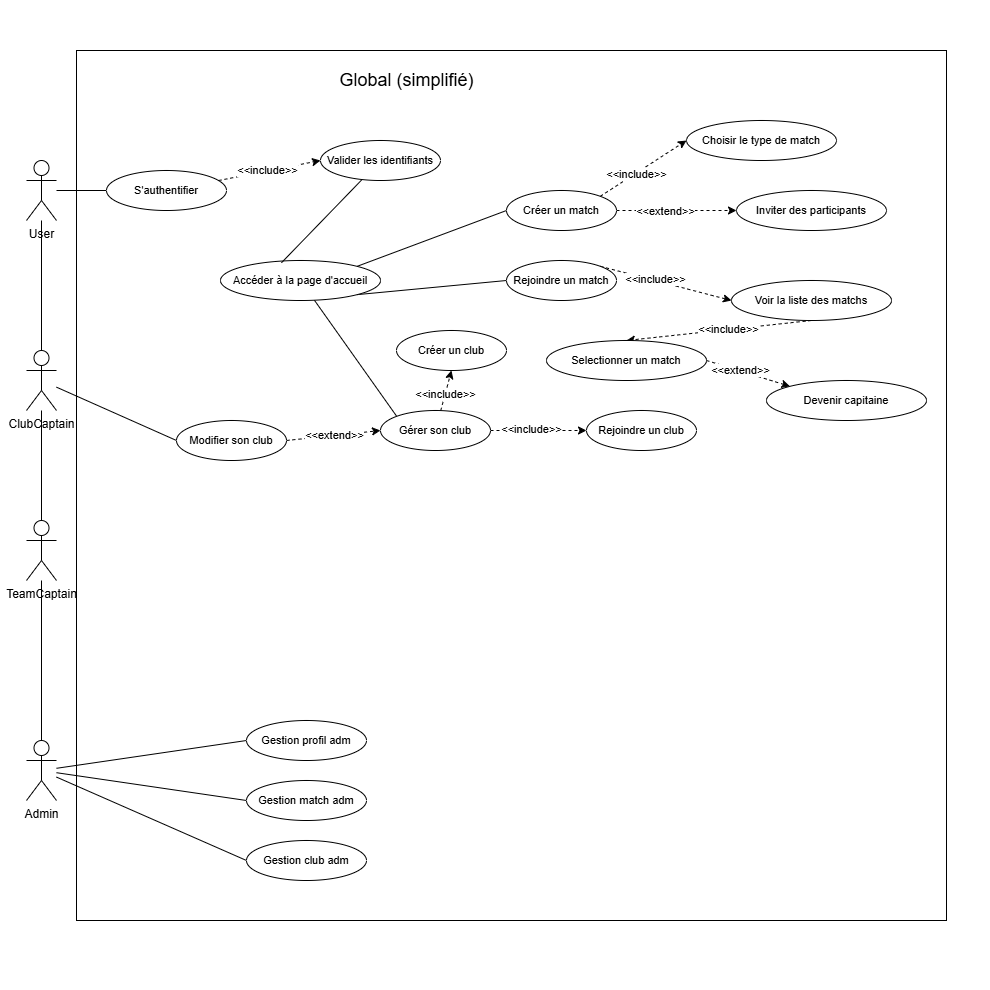
This is Diagram use case Global simplifié.drawio.png from Mathistrg/Styx, a draw.io export, as it was before one commit. Source tidied: cells renumbered, new cells last; positions are measured from the earlier drawing's top-left corner, leaving out a move shared by most shapes.
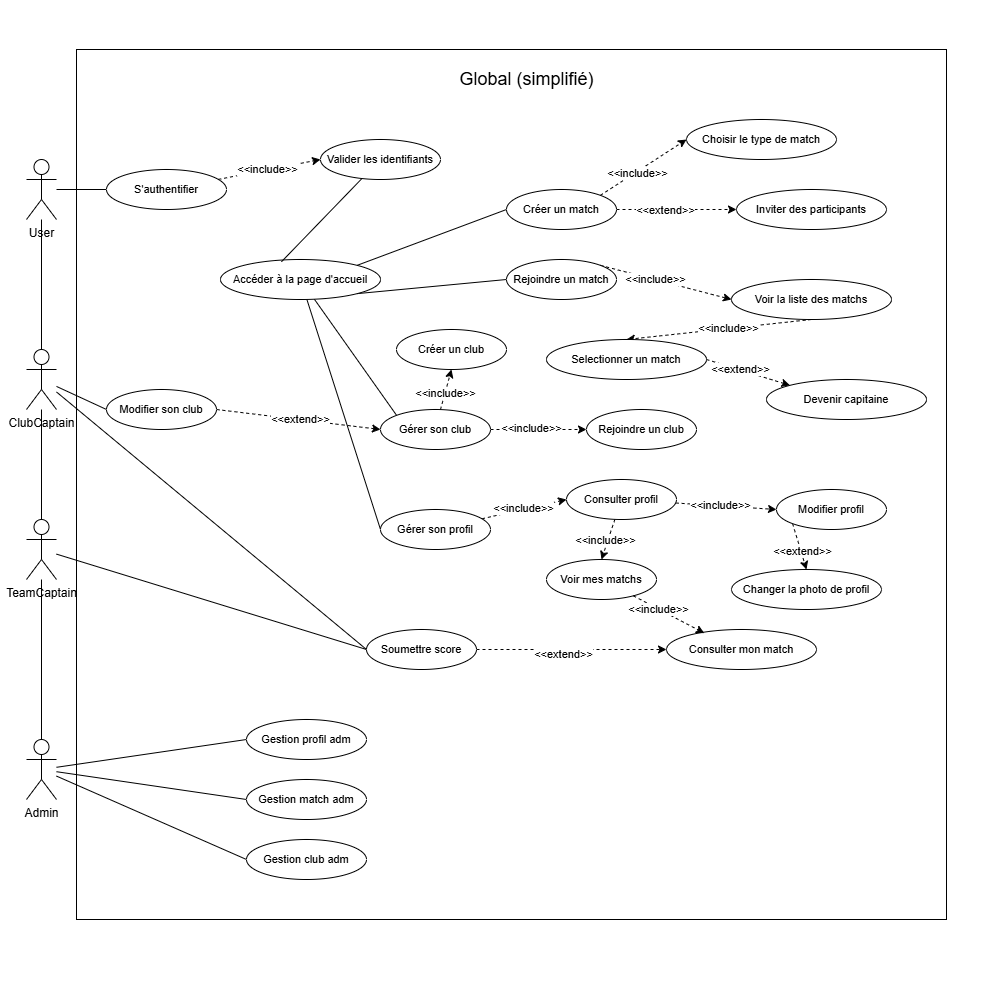
Above is the later version.

Commit message:
Mettre à jour Diagram use case Global simplifié.drawio.png

What changed in the source:
```diff
@@ -9,7 +9,7 @@
       <mxGeometry x="76" y="50" width="870" height="870" as="geometry" />
     </mxCell>
     <mxCell id="4" value="&lt;span style=&quot;font-size: 18px;&quot;&gt;Global (simplifié)&lt;/span&gt;" style="text;html=1;align=center;verticalAlign=middle;strokeColor=none;fillColor=none;" parent="1" vertex="1">
-      <mxGeometry x="326" y="60" width="160" height="40" as="geometry" />
+      <mxGeometry x="446" y="60" width="160" height="40" as="geometry" />
     </mxCell>
     <mxCell id="5" style="rounded=0;jettySize=auto;html=1;endArrow=none;endFill=0;entryX=0.5;entryY=0;entryDx=0;entryDy=0;entryPerimeter=0;" parent="1" edge="1" source="7" target="9">
       <mxGeometry relative="1" as="geometry" />
@@ -23,6 +23,9 @@
     <mxCell id="8" style="edgeStyle=none;shape=connector;rounded=0;jettySize=auto;html=1;entryX=0;entryY=0.5;entryDx=0;entryDy=0;strokeColor=default;align=center;verticalAlign=middle;fontFamily=Helvetica;fontSize=11;fontColor=default;labelBackgroundColor=default;endArrow=none;endFill=0;" parent="1" edge="1" source="9" target="55">
       <mxGeometry relative="1" as="geometry" />
     </mxCell>
+    <mxCell id="56" style="edgeStyle=none;shape=connector;rounded=0;jettySize=auto;html=1;entryX=0;entryY=0.5;entryDx=0;entryDy=0;strokeColor=default;align=center;verticalAlign=middle;fontFamily=Helvetica;fontSize=11;fontColor=default;labelBackgroundColor=default;endArrow=none;endFill=0;" parent="1" edge="1" source="9" target="77">
+      <mxGeometry relative="1" as="geometry" />
+    </mxCell>
     <mxCell id="9" value="ClubCaptain" style="shape=umlActor;verticalLabelPosition=bottom;verticalAlign=top;html=1;outlineConnect=0;" parent="1" vertex="1">
       <mxGeometry x="26" y="350" width="30" height="60" as="geometry" />
     </mxCell>
@@ -53,6 +56,9 @@
     <mxCell id="18" style="edgeStyle=none;shape=connector;rounded=0;jettySize=auto;html=1;strokeColor=default;align=center;verticalAlign=middle;fontFamily=Helvetica;fontSize=11;fontColor=default;labelBackgroundColor=default;endArrow=none;endFill=0;" parent="1" edge="1" source="19" target="9">
       <mxGeometry relative="1" as="geometry" />
     </mxCell>
+    <mxCell id="57" style="edgeStyle=none;shape=connector;rounded=0;jettySize=auto;html=1;entryX=0;entryY=0.5;entryDx=0;entryDy=0;strokeColor=default;align=center;verticalAlign=middle;fontFamily=Helvetica;fontSize=11;fontColor=default;labelBackgroundColor=default;endArrow=none;endFill=0;" parent="1" edge="1" source="19" target="77">
+      <mxGeometry relative="1" as="geometry" />
+    </mxCell>
     <mxCell id="19" value="TeamCaptain" style="shape=umlActor;verticalLabelPosition=bottom;verticalAlign=top;html=1;outlineConnect=0;" parent="1" vertex="1">
       <mxGeometry x="26" y="520" width="30" height="60" as="geometry" />
     </mxCell>
@@ -77,6 +83,9 @@
     <mxCell id="26" style="edgeStyle=none;shape=connector;rounded=0;jettySize=auto;html=1;entryX=0;entryY=0;entryDx=0;entryDy=0;strokeColor=default;align=center;verticalAlign=middle;fontFamily=Helvetica;fontSize=11;fontColor=default;labelBackgroundColor=default;endArrow=none;endFill=0;" parent="1" edge="1" source="27" target="52">
       <mxGeometry relative="1" as="geometry" />
     </mxCell>
+    <mxCell id="58" style="edgeStyle=none;shape=connector;rounded=0;jettySize=auto;html=1;strokeColor=default;align=center;verticalAlign=middle;fontFamily=Helvetica;fontSize=11;fontColor=default;labelBackgroundColor=default;endArrow=none;endFill=0;entryX=0;entryY=0.5;entryDx=0;entryDy=0;" parent="1" edge="1" source="27" target="61">
+      <mxGeometry relative="1" as="geometry" />
+    </mxCell>
     <mxCell id="27" value="Accéder à la page d'accueil" style="ellipse;whiteSpace=wrap;html=1;fontFamily=Helvetica;fontSize=11;fontColor=default;labelBackgroundColor=default;" parent="1" vertex="1">
       <mxGeometry x="220" y="260" width="160" height="40" as="geometry" />
     </mxCell>
@@ -164,7 +173,66 @@
       <mxGeometry x="586" y="410" width="110" height="40" as="geometry" />
     </mxCell>
     <mxCell id="55" value="Modifier son club" style="ellipse;whiteSpace=wrap;html=1;fontFamily=Helvetica;fontSize=11;fontColor=default;labelBackgroundColor=default;" parent="1" vertex="1">
-      <mxGeometry x="176" y="420" width="110" height="40" as="geometry" />
+      <mxGeometry x="106" y="390" width="110" height="40" as="geometry" />
     </mxCell>
+    <mxCell id="59" style="edgeStyle=none;shape=connector;rounded=0;jettySize=auto;html=1;entryX=0;entryY=0.5;entryDx=0;entryDy=0;dashed=1;strokeColor=default;align=center;verticalAlign=middle;fontFamily=Helvetica;fontSize=11;fontColor=default;labelBackgroundColor=default;endArrow=classic;endFill=1;" parent="1" edge="1" source="61" target="66">
+      <mxGeometry relative="1" as="geometry" />
+    </mxCell>
+    <mxCell id="60" value="&amp;lt;&amp;lt;include&amp;gt;&amp;gt;" style="edgeLabel;html=1;align=center;verticalAlign=middle;fontFamily=Helvetica;fontSize=11;fontColor=default;labelBackgroundColor=default;" parent="59" vertex="1">
+      <mxGeometry x="-0.02" y="2" relative="1" as="geometry" />
+    </mxCell>
+    <mxCell id="61" value="Gérer son profil" style="ellipse;whiteSpace=wrap;html=1;fontFamily=Helvetica;fontSize=11;fontColor=default;labelBackgroundColor=default;" parent="1" vertex="1">
+      <mxGeometry x="380" y="510" width="110" height="40" as="geometry" />
+    </mxCell>
+    <mxCell id="62" style="edgeStyle=none;shape=connector;rounded=0;jettySize=auto;html=1;entryX=0;entryY=0.5;entryDx=0;entryDy=0;dashed=1;strokeColor=default;align=center;verticalAlign=middle;fontFamily=Helvetica;fontSize=11;fontColor=default;labelBackgroundColor=default;endArrow=classic;endFill=1;" parent="1" edge="1" source="66" target="69">
+      <mxGeometry relative="1" as="geometry" />
+    </mxCell>
+    <mxCell id="63" value="&amp;lt;&amp;lt;include&amp;gt;&amp;gt;" style="edgeLabel;html=1;align=center;verticalAlign=middle;fontFamily=Helvetica;fontSize=11;fontColor=default;labelBackgroundColor=default;" parent="62" vertex="1">
+      <mxGeometry x="-0.13" y="1" relative="1" as="geometry" />
+    </mxCell>
+    <mxCell id="64" style="edgeStyle=none;shape=connector;rounded=0;jettySize=auto;html=1;entryX=0.5;entryY=0;entryDx=0;entryDy=0;dashed=1;strokeColor=default;align=center;verticalAlign=middle;fontFamily=Helvetica;fontSize=11;fontColor=default;labelBackgroundColor=default;endArrow=classic;endFill=1;" parent="1" edge="1" source="66" target="71">
+      <mxGeometry relative="1" as="geometry" />
+    </mxCell>
+    <mxCell id="65" value="&amp;lt;&amp;lt;include&amp;gt;&amp;gt;" style="edgeLabel;html=1;align=center;verticalAlign=middle;fontFamily=Helvetica;fontSize=11;fontColor=default;labelBackgroundColor=default;" parent="64" vertex="1">
+      <mxGeometry x="0.06" y="-3" relative="1" as="geometry" />
+    </mxCell>
+    <mxCell id="66" value="Consulter profil" style="ellipse;whiteSpace=wrap;html=1;fontFamily=Helvetica;fontSize=11;fontColor=default;labelBackgroundColor=default;" parent="1" vertex="1">
+      <mxGeometry x="566" y="480" width="110" height="40" as="geometry" />
+    </mxCell>
+    <mxCell id="67" style="edgeStyle=none;shape=connector;rounded=0;jettySize=auto;html=1;exitX=0;exitY=1;exitDx=0;exitDy=0;entryX=0.5;entryY=0;entryDx=0;entryDy=0;dashed=1;strokeColor=default;align=center;verticalAlign=middle;fontFamily=Helvetica;fontSize=11;fontColor=default;labelBackgroundColor=default;endArrow=classic;endFill=1;" parent="1" edge="1" source="69" target="70">
+      <mxGeometry relative="1" as="geometry" />
+    </mxCell>
+    <mxCell id="68" value="&amp;lt;&amp;lt;extend&amp;gt;&amp;gt;" style="edgeLabel;html=1;align=center;verticalAlign=middle;fontFamily=Helvetica;fontSize=11;fontColor=default;labelBackgroundColor=default;" parent="67" vertex="1">
+      <mxGeometry x="0.21" y="1" relative="1" as="geometry" />
+    </mxCell>
+    <mxCell id="69" value="Modifier profil" style="ellipse;whiteSpace=wrap;html=1;fontFamily=Helvetica;fontSize=11;fontColor=default;labelBackgroundColor=default;" parent="1" vertex="1">
+      <mxGeometry x="776" y="490" width="110" height="40" as="geometry" />
+    </mxCell>
+    <mxCell id="70" value="Changer la photo de profil" style="ellipse;whiteSpace=wrap;html=1;fontFamily=Helvetica;fontSize=11;fontColor=default;labelBackgroundColor=default;" parent="1" vertex="1">
+      <mxGeometry x="731" y="570" width="150" height="40" as="geometry" />
+    </mxCell>
+    <mxCell id="71" value="Voir mes matchs" style="ellipse;whiteSpace=wrap;html=1;fontFamily=Helvetica;fontSize=11;fontColor=default;labelBackgroundColor=default;" parent="1" vertex="1">
+      <mxGeometry x="546" y="560" width="110" height="40" as="geometry" />
+    </mxCell>
+    <mxCell id="72" value="Consulter mon match" style="ellipse;whiteSpace=wrap;html=1;fontFamily=Helvetica;fontSize=11;fontColor=default;labelBackgroundColor=default;" parent="1" vertex="1">
+      <mxGeometry x="666" y="630" width="150" height="40" as="geometry" />
+    </mxCell>
+    <mxCell id="73" style="edgeStyle=none;shape=connector;rounded=0;jettySize=auto;html=1;entryX=0.252;entryY=0.091;entryDx=0;entryDy=0;entryPerimeter=0;dashed=1;strokeColor=default;align=center;verticalAlign=middle;fontFamily=Helvetica;fontSize=11;fontColor=default;labelBackgroundColor=default;endArrow=classic;endFill=1;" parent="1" edge="1" source="71" target="72">
+      <mxGeometry relative="1" as="geometry" />
+    </mxCell>
+    <mxCell id="74" value="&amp;lt;&amp;lt;include&amp;gt;&amp;gt;" style="edgeLabel;html=1;align=center;verticalAlign=middle;fontFamily=Helvetica;fontSize=11;fontColor=default;labelBackgroundColor=default;" parent="73" vertex="1">
+      <mxGeometry x="-0.3" relative="1" as="geometry" />
+    </mxCell>
+    <mxCell id="75" style="edgeStyle=none;shape=connector;rounded=0;jettySize=auto;html=1;entryX=0;entryY=0.5;entryDx=0;entryDy=0;dashed=1;strokeColor=default;align=center;verticalAlign=middle;fontFamily=Helvetica;fontSize=11;fontColor=default;labelBackgroundColor=default;endArrow=classic;endFill=1;" parent="1" edge="1" source="77" target="72">
+      <mxGeometry relative="1" as="geometry" />
+    </mxCell>
+    <mxCell id="76" value="&amp;lt;&amp;lt;extend&amp;gt;&amp;gt;" style="edgeLabel;html=1;align=center;verticalAlign=middle;fontFamily=Helvetica;fontSize=11;fontColor=default;labelBackgroundColor=default;" parent="75" vertex="1">
+      <mxGeometry x="-0.1" y="-4" relative="1" as="geometry">
+        <mxPoint x="1" as="offset" />
+      </mxGeometry>
+    </mxCell>
+    <mxCell id="77" value="Soumettre score" style="ellipse;whiteSpace=wrap;html=1;fontFamily=Helvetica;fontSize=11;fontColor=default;labelBackgroundColor=default;" parent="1" vertex="1">
+      <mxGeometry x="366" y="630" width="110" height="40" as="geometry" />
+    </mxCell>
   </root>
 </mxGraphModel>
```
